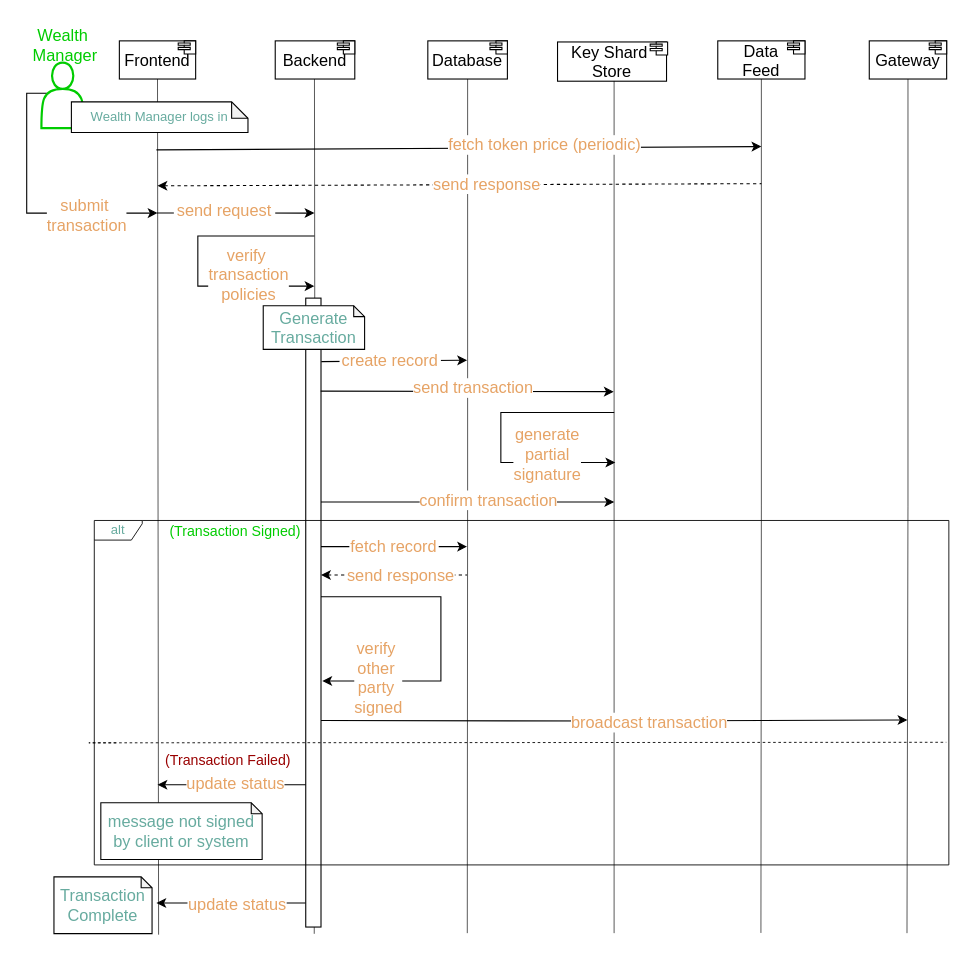
Before: page "txn" (1 of 13) of drawio-diagrams/wallet_architecture.drawio in dlt-science/crypto-mpc-wallet-bloom, a draw.io diagram. Source tidied: cells renumbered, new cells numbered last; positions are measured from the earlier drawing's top-left corner, leaving out a move shared by most shapes. Both pictures are drawn from the tidied source at 109%, with x=0, y=0 at pixel (22, 19).
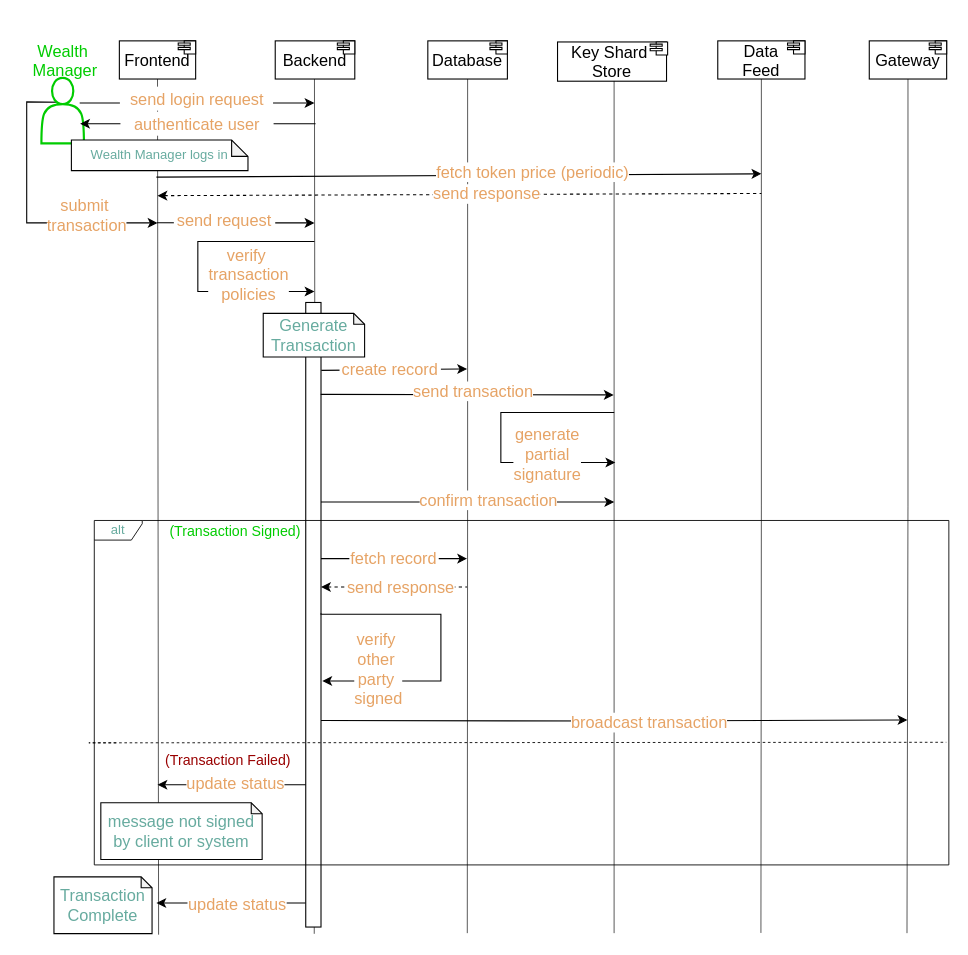
The same diagram, later.

What changed in the source:
```diff
@@
     <mxCell id="13" style="endArrow=classic;html=1;rounded=0;strokeColor=#000000;" parent="1" edge="1">
       <mxGeometry relative="1" as="geometry">
-        <mxPoint x="123" y="120" as="sourcePoint" />
-        <mxPoint x="678" y="117" as="targetPoint" />
+        <mxPoint x="123" y="145" as="sourcePoint" />
+        <mxPoint x="678" y="142" as="targetPoint" />
       </mxGeometry>
     </mxCell>
     <mxCell id="14" value="&lt;font style=&quot;font-size: 15px;&quot; color=&quot;#e6a365&quot;&gt;fetch token price (periodic)&lt;/font&gt;" style="text;html=1;align=center;verticalAlign=middle;strokeColor=none;fillColor=none;labelBackgroundColor=default;" parent="1" vertex="1">
-      <mxGeometry x="381" y="100" width="195" height="30" as="geometry" />
+      <mxGeometry x="370" y="125" width="195" height="30" as="geometry" />
     </mxCell>
     <mxCell id="15" style="endArrow=none;html=1;rounded=0;startArrow=classic;startFill=1;endFill=0;dashed=1;strokeColor=#000000;" parent="1" edge="1">
       <mxGeometry relative="1" as="geometry">
-        <mxPoint x="124" y="153" as="sourcePoint" />
-        <mxPoint x="678" y="151" as="targetPoint" />
+        <mxPoint x="124" y="162" as="sourcePoint" />
+        <mxPoint x="678" y="160" as="targetPoint" />
       </mxGeometry>
     </mxCell>
@@
-    <mxCell id="17" style="edgeStyle=orthogonalEdgeStyle;rounded=0;orthogonalLoop=1;jettySize=auto;html=1;strokeColor=#000000;" parent="1" edge="1">
+    <mxCell id="17" style="edgeStyle=orthogonalEdgeStyle;rounded=0;jettySize=auto;html=1;strokeColor=#000000;exitX=0.353;exitY=0.371;exitDx=0;exitDy=0;exitPerimeter=0;" parent="1" edge="1" source="45">
       <mxGeometry relative="1" as="geometry">
-        <mxPoint x="37" y="68" as="sourcePoint" />
-        <mxPoint x="124" y="178" as="targetPoint" />
+        <mxPoint x="124" y="187" as="targetPoint" />
         <Array as="points">
-          <mxPoint x="4" y="68" />
-          <mxPoint x="4" y="178" />
-          <mxPoint x="124" y="178" />
+          <mxPoint x="37" y="76" />
+          <mxPoint x="4" y="76" />
+          <mxPoint x="4" y="187" />
         </Array>
       </mxGeometry>
     </mxCell>
@@
     <mxCell id="20" style="rounded=0;whiteSpace=wrap;html=1;" parent="1" vertex="1">
-      <mxGeometry x="260" y="256" width="14" height="577" as="geometry" />
+      <mxGeometry x="260" y="260" width="14" height="573" as="geometry" />
     </mxCell>
     <mxCell id="21" value="&lt;font color=&quot;#67ab9f&quot; style=&quot;font-size: 15px;&quot;&gt;Generate&lt;/font&gt;&lt;div style=&quot;font-size: 15px;&quot;&gt;&lt;font color=&quot;#67ab9f&quot; style=&quot;font-size: 15px;&quot;&gt;Transaction&lt;/font&gt;&lt;/div&gt;" style="shape=note;whiteSpace=wrap;html=1;backgroundOutline=1;darkOpacity=0.05;size=10;" parent="1" vertex="1">
-      <mxGeometry x="221" y="263" width="93" height="40" as="geometry" />
+      <mxGeometry x="221" y="270" width="93" height="40" as="geometry" />
     </mxCell>
@@
     <mxCell id="23" style="endArrow=classic;html=1;rounded=0;exitX=1.023;exitY=0.129;exitDx=0;exitDy=0;exitPerimeter=0;strokeColor=#000000;" parent="1" edge="1">
       <mxGeometry relative="1" as="geometry">
-        <mxPoint x="274.3" y="314.3" as="sourcePoint" />
-        <mxPoint x="408" y="313" as="targetPoint" />
+        <mxPoint x="274.3" y="322.3" as="sourcePoint" />
+        <mxPoint x="408" y="321" as="targetPoint" />
       </mxGeometry>
     </mxCell>
     <mxCell id="24" style="endArrow=classic;html=1;rounded=0;exitX=0.977;exitY=0.177;exitDx=0;exitDy=0;exitPerimeter=0;strokeColor=#000000;entryX=0.998;entryY=-0.003;entryDx=0;entryDy=0;entryPerimeter=0;" parent="1" edge="1">
       <mxGeometry relative="1" as="geometry">
-        <mxPoint x="273.7" y="341.3" as="sourcePoint" />
-        <mxPoint x="542.5" y="341.8" as="targetPoint" />
+        <mxPoint x="273.7" y="344.3" as="sourcePoint" />
+        <mxPoint x="542.5" y="344.8" as="targetPoint" />
       </mxGeometry>
     </mxCell>
     <mxCell id="25" value="&lt;font color=&quot;#e6a365&quot; style=&quot;font-size: 15px;&quot;&gt;send transaction&lt;/font&gt;" style="text;html=1;align=center;verticalAlign=middle;whiteSpace=wrap;rounded=0;labelBackgroundColor=default;" parent="1" vertex="1">
-      <mxGeometry x="354" y="323" width="120" height="30" as="geometry" />
+      <mxGeometry x="354" y="326" width="120" height="30" as="geometry" />
     </mxCell>
@@
     <mxCell id="29" style="endArrow=classic;html=1;rounded=0;exitX=1.023;exitY=0.129;exitDx=0;exitDy=0;exitPerimeter=0;strokeColor=#000000;" parent="1" edge="1">
       <mxGeometry relative="1" as="geometry">
-        <mxPoint x="274" y="484" as="sourcePoint" />
-        <mxPoint x="408" y="484" as="targetPoint" />
+        <mxPoint x="274" y="495" as="sourcePoint" />
+        <mxPoint x="408" y="495" as="targetPoint" />
       </mxGeometry>
     </mxCell>
     <mxCell id="30" style="endArrow=none;html=1;rounded=0;exitX=1.023;exitY=0.129;exitDx=0;exitDy=0;exitPerimeter=0;startArrow=classic;startFill=1;endFill=0;dashed=1;strokeColor=#000000;" parent="1" edge="1">
       <mxGeometry relative="1" as="geometry">
-        <mxPoint x="274" y="510" as="sourcePoint" />
-        <mxPoint x="408" y="510" as="targetPoint" />
+        <mxPoint x="274" y="521" as="sourcePoint" />
+        <mxPoint x="408" y="521" as="targetPoint" />
       </mxGeometry>
     </mxCell>
@@
     <mxCell id="32" style="edgeStyle=orthogonalEdgeStyle;rounded=0;orthogonalLoop=1;jettySize=auto;html=1;entryX=1.089;entryY=0.667;entryDx=0;entryDy=0;entryPerimeter=0;strokeColor=#000000;" parent="1" edge="1">
       <mxGeometry relative="1" as="geometry">
-        <mxPoint x="274" y="530" as="sourcePoint" />
+        <mxPoint x="274" y="545" as="sourcePoint" />
         <mxPoint x="275.2" y="607.2" as="targetPoint" />
         <Array as="points">
-          <mxPoint x="384" y="530" />
+          <mxPoint x="274" y="546" />
+          <mxPoint x="384" y="546" />
           <mxPoint x="384" y="607" />
         </Array>
       </mxGeometry>
     </mxCell>
     <mxCell id="33" value="&lt;font style=&quot;font-size: 15px;&quot; color=&quot;#e6a365&quot;&gt;verify&amp;nbsp;&lt;/font&gt;&lt;div&gt;&lt;font style=&quot;font-size: 15px;&quot; color=&quot;#e6a365&quot;&gt;other&amp;nbsp;&lt;/font&gt;&lt;/div&gt;&lt;div&gt;&lt;font style=&quot;font-size: 15px;&quot; color=&quot;#e6a365&quot;&gt;party&amp;nbsp;&lt;/font&gt;&lt;/div&gt;&lt;div&gt;&lt;font style=&quot;font-size: 15px;&quot; color=&quot;#e6a365&quot;&gt;signed&lt;/font&gt;&lt;/div&gt;" style="text;html=1;align=center;verticalAlign=middle;whiteSpace=wrap;rounded=0;labelBackgroundColor=default;" parent="1" vertex="1">
-      <mxGeometry x="274" y="589" width="106" height="30" as="geometry" />
+      <mxGeometry x="274" y="581" width="106" height="30" as="geometry" />
     </mxCell>
@@
     <mxCell id="42" value="&lt;font color=&quot;#00cc00&quot; style=&quot;font-size: 15px;&quot;&gt;Wealth&amp;nbsp;&lt;/font&gt;&lt;div style=&quot;font-size: 15px;&quot;&gt;&lt;font color=&quot;#00cc00&quot; style=&quot;font-size: 15px;&quot;&gt;Manager&lt;/font&gt;&lt;/div&gt;" style="text;html=1;align=center;verticalAlign=middle;strokeColor=none;fillColor=none;" parent="1" vertex="1">
-      <mxGeometry x="0.5" width="77" height="48" as="geometry" />
+      <mxGeometry x="0.5" y="14" width="77" height="48" as="geometry" />
     </mxCell>
@@
+    <mxCell id="61" style="edgeStyle=orthogonalEdgeStyle;rounded=0;orthogonalLoop=1;jettySize=auto;html=1;exitX=0.9;exitY=0.5;exitDx=0;exitDy=0;exitPerimeter=0;" parent="1" edge="1">
+      <mxGeometry relative="1" as="geometry">
+        <mxPoint x="52.6" y="77" as="sourcePoint" />
+        <mxPoint x="268" y="77" as="targetPoint" />
+        <Array as="points">
+          <mxPoint x="268" y="77" />
+        </Array>
+      </mxGeometry>
+    </mxCell>
     <mxCell id="45" style="shape=actor;whiteSpace=wrap;html=1;strokeWidth=2;strokeColor=#00CC00;" parent="1" vertex="1">
-      <mxGeometry x="17.5" y="40" width="39" height="60" as="geometry" />
+      <mxGeometry x="17.5" y="54" width="39" height="60" as="geometry" />
     </mxCell>
@@
     <mxCell id="54" value="&lt;span style=&quot;color: rgb(230, 163, 101); font-size: 15px;&quot;&gt;create record&lt;/span&gt;" style="rounded=0;whiteSpace=wrap;html=1;strokeColor=none;" parent="1" vertex="1">
-      <mxGeometry x="291" y="307" width="93" height="11" as="geometry" />
+      <mxGeometry x="291" y="315" width="93" height="11" as="geometry" />
     </mxCell>
     <mxCell id="55" value="&lt;span style=&quot;color: rgb(230, 163, 101); font-size: 15px;&quot;&gt;fetch record&lt;/span&gt;" style="rounded=0;whiteSpace=wrap;html=1;strokeColor=none;" parent="1" vertex="1">
-      <mxGeometry x="300" y="472" width="82" height="22" as="geometry" />
+      <mxGeometry x="300" y="483" width="82" height="22" as="geometry" />
     </mxCell>
     <mxCell id="56" value="&lt;font color=&quot;#67ab9f&quot;&gt;Wealth Manager logs in&lt;/font&gt;" style="shape=note;whiteSpace=wrap;html=1;backgroundOutline=1;darkOpacity=0.05;size=15;" parent="1" vertex="1">
-      <mxGeometry x="45" y="76" width="162" height="28" as="geometry" />
+      <mxGeometry x="45" y="111" width="162" height="28" as="geometry" />
     </mxCell>
     <mxCell id="57" style="endArrow=classic;html=1;rounded=0;exitX=1.023;exitY=0.129;exitDx=0;exitDy=0;exitPerimeter=0;strokeColor=#000000;" parent="1" edge="1">
       <mxGeometry relative="1" as="geometry">
-        <mxPoint x="123.5" y="177.9" as="sourcePoint" />
-        <mxPoint x="268" y="178" as="targetPoint" />
+        <mxPoint x="123.5" y="186.9" as="sourcePoint" />
+        <mxPoint x="268" y="187" as="targetPoint" />
       </mxGeometry>
     </mxCell>
     <mxCell id="58" value="&lt;span style=&quot;color: rgb(230, 163, 101); font-size: 15px;&quot;&gt;send request&lt;/span&gt;" style="rounded=0;whiteSpace=wrap;html=1;strokeColor=none;" parent="1" vertex="1">
-      <mxGeometry x="139" y="164" width="93" height="22" as="geometry" />
+      <mxGeometry x="139" y="173" width="93" height="22" as="geometry" />
     </mxCell>
     <mxCell id="59" style="edgeStyle=orthogonalEdgeStyle;rounded=0;orthogonalLoop=1;jettySize=auto;html=1;strokeColor=#000000;" parent="1" edge="1">
       <mxGeometry relative="1" as="geometry">
-        <mxPoint x="268" y="199" as="sourcePoint" />
-        <mxPoint x="268" y="245" as="targetPoint" />
+        <mxPoint x="268" y="204" as="sourcePoint" />
+        <mxPoint x="268" y="250" as="targetPoint" />
         <Array as="points">
-          <mxPoint x="265" y="199" />
-          <mxPoint x="161" y="199" />
-          <mxPoint x="161" y="245" />
+          <mxPoint x="265" y="204" />
+          <mxPoint x="161" y="204" />
+          <mxPoint x="161" y="250" />
         </Array>
       </mxGeometry>
     </mxCell>
@@
+    <mxCell id="62" style="edgeStyle=orthogonalEdgeStyle;rounded=0;orthogonalLoop=1;jettySize=auto;html=1;exitX=0.9;exitY=0.5;exitDx=0;exitDy=0;exitPerimeter=0;startArrow=classic;startFill=1;endArrow=none;endFill=0;" parent="1" edge="1">
+      <mxGeometry relative="1" as="geometry">
+        <mxPoint x="53" y="96" as="sourcePoint" />
+        <mxPoint x="269" y="96" as="targetPoint" />
+      </mxGeometry>
+    </mxCell>
+    <mxCell id="63" value="&lt;span style=&quot;color: rgb(230, 163, 101); font-size: 15px;&quot;&gt;send login request&lt;/span&gt;" style="rounded=0;whiteSpace=wrap;html=1;strokeColor=none;" parent="1" vertex="1">
+      <mxGeometry x="89.5" y="62" width="140.5" height="22" as="geometry" />
+    </mxCell>
+    <mxCell id="64" value="&lt;span style=&quot;color: rgb(230, 163, 101); font-size: 15px;&quot;&gt;authenticate user&lt;/span&gt;" style="rounded=0;whiteSpace=wrap;html=1;strokeColor=none;" parent="1" vertex="1">
+      <mxGeometry x="90" y="85" width="140.5" height="22" as="geometry" />
+    </mxCell>
```
